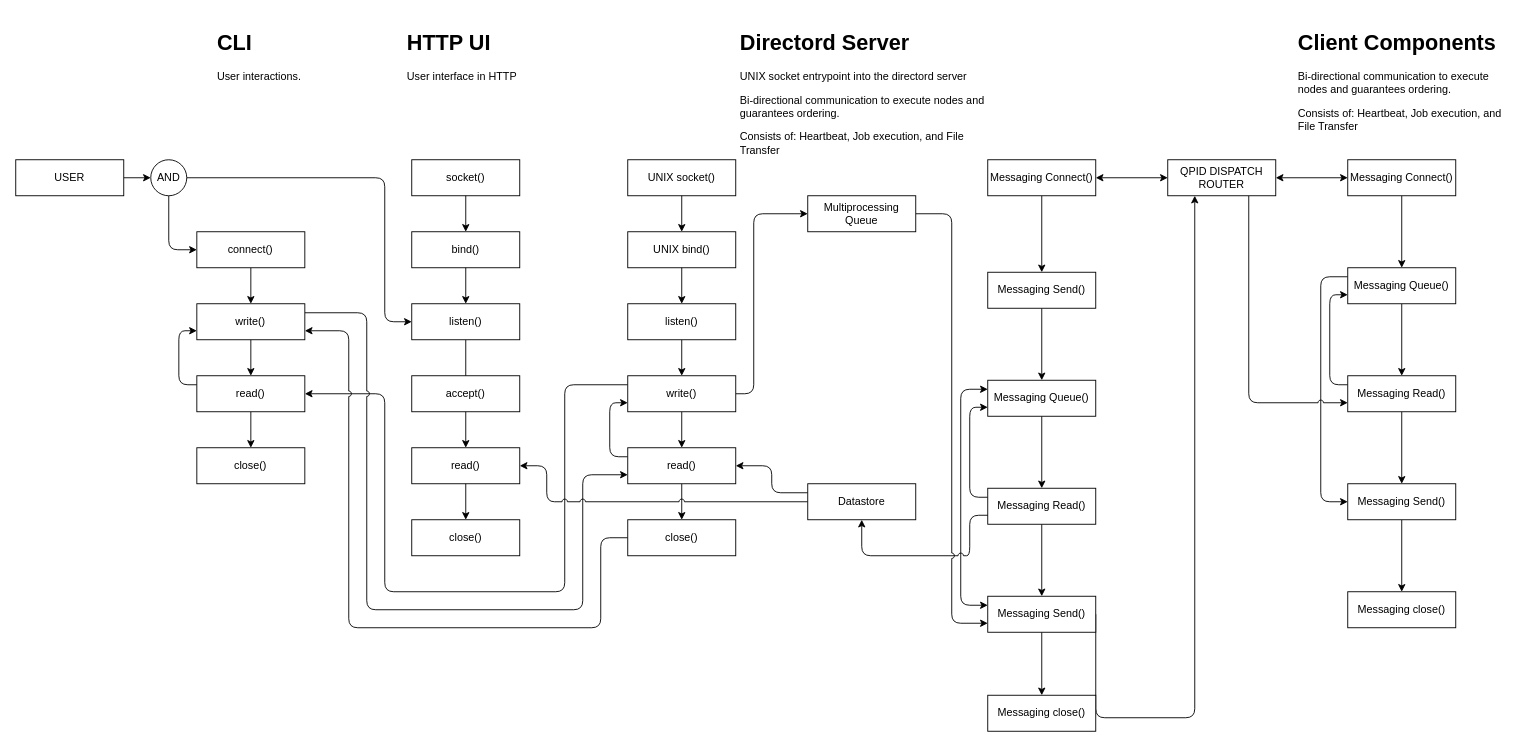
Above: assets/driver-messaging.drawio in oshied/directord (draw.io), before the change. Source tidied: cells renumbered, new cells numbered last; positions are measured from the earlier drawing's top-left corner, leaving out a move shared by most shapes. Both pictures are drawn from the tidied source at 90%, with x=0, y=0 at pixel (15, 24).
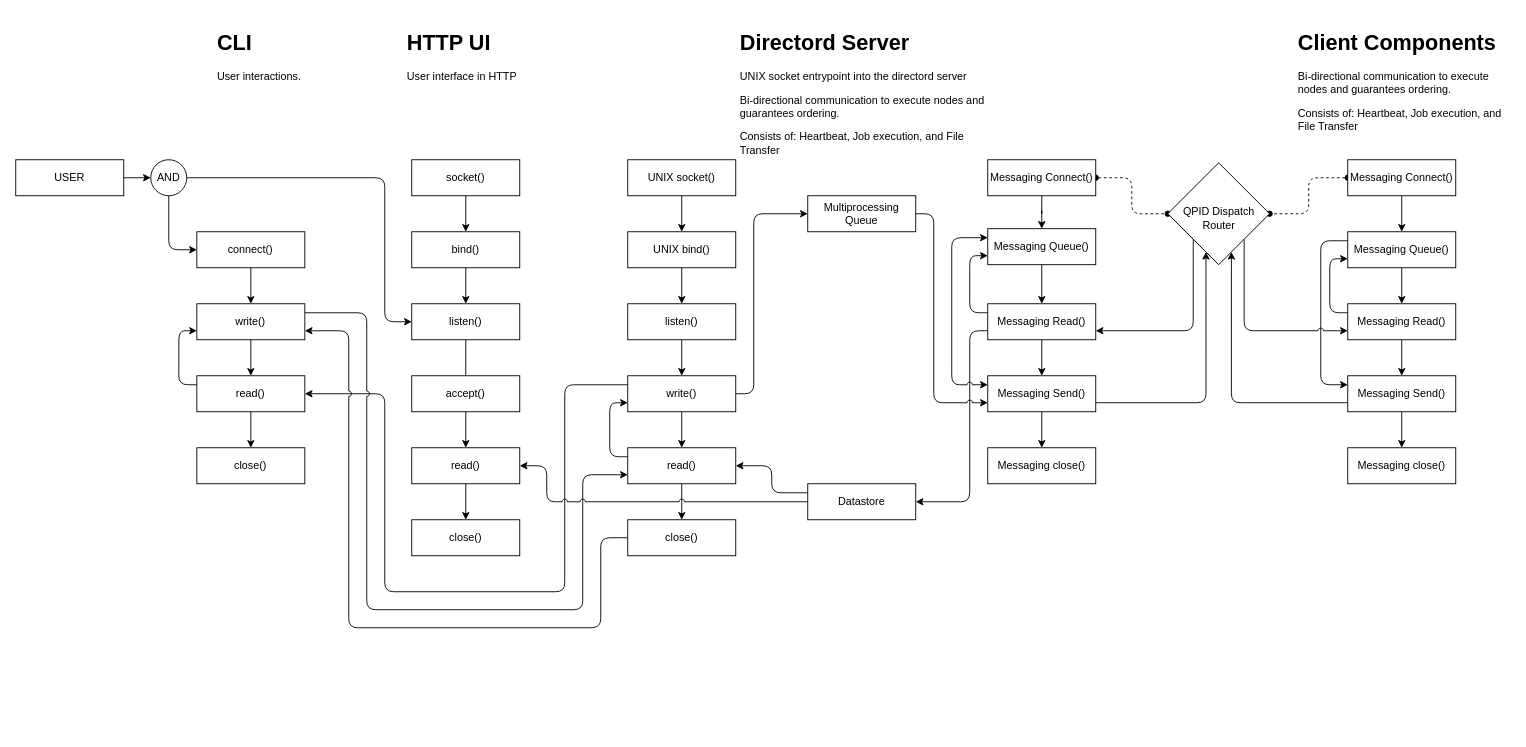
The same page after the edit.

Unchanged cells that the change refers to:
```xml
<mxCell id="44" value="Messaging Connect()" style="rounded=0;whiteSpace=wrap;html=1;fontStyle=0;" parent="1" vertex="1">
  <mxGeometry x="1480" y="150" width="120" height="40" as="geometry" />
</mxCell>
<mxCell id="64" value="Messaging Connect()" style="rounded=0;whiteSpace=wrap;html=1;fontStyle=0;" parent="1" vertex="1">
  <mxGeometry x="1080" y="150" width="120" height="40" as="geometry" />
</mxCell>
<mxCell id="68" value="Multiprocessing Queue" style="rounded=0;whiteSpace=wrap;html=1;fontStyle=0;" parent="1" vertex="1">
  <mxGeometry x="880" y="190" width="120" height="40" as="geometry" />
</mxCell>
<mxCell id="71" value="Datastore" style="rounded=0;whiteSpace=wrap;html=1;fontStyle=0;" parent="1" vertex="1">
  <mxGeometry x="880" y="510" width="120" height="40" as="geometry" />
</mxCell>
```

Diff of the diagram source:
```diff
@@
+    <mxCell id="27" style="edgeStyle=orthogonalEdgeStyle;rounded=1;jumpStyle=arc;jettySize=auto;html=1;exitX=0;exitY=0.75;exitDx=0;exitDy=0;entryX=1;entryY=0.5;entryDx=0;entryDy=0;startArrow=none;startFill=0;endArrow=classic;endFill=1;" parent="1" edge="1" source="25" target="71">
+      <mxGeometry relative="1" as="geometry">
+        <Array as="points">
+          <mxPoint x="1060" y="340" />
+          <mxPoint x="1060" y="530" />
+        </Array>
+      </mxGeometry>
+    </mxCell>
-    <mxCell id="2" style="edgeStyle=orthogonalEdgeStyle;jettySize=auto;html=1;exitX=1;exitY=0.5;exitDx=0;exitDy=0;startArrow=none;startFill=0;rounded=1;jumpStyle=arc;entryX=0.25;entryY=1;entryDx=0;entryDy=0;" parent="1" edge="1" source="28" target="100">
+    <mxCell id="2" style="edgeStyle=orthogonalEdgeStyle;jettySize=auto;html=1;startArrow=none;startFill=0;rounded=1;jumpStyle=arc;entryX=0.75;entryY=1;entryDx=0;entryDy=0;exitX=1;exitY=0.75;exitDx=0;exitDy=0;" parent="1" edge="1" source="28" target="104">
       <mxGeometry relative="1" as="geometry">
         <Array as="points">
-          <mxPoint x="1310" y="770" />
+          <mxPoint x="1322" y="420" />
         </Array>
       </mxGeometry>
     </mxCell>
@@
     <mxCell id="21" style="edgeStyle=orthogonalEdgeStyle;rounded=1;jettySize=auto;html=1;exitX=0;exitY=0.25;exitDx=0;exitDy=0;entryX=0;entryY=0.25;entryDx=0;entryDy=0;startArrow=classic;startFill=1;jumpStyle=arc;" parent="1" edge="1" source="22" target="28">
       <mxGeometry relative="1" as="geometry">
         <Array as="points">
-          <mxPoint x="1050" y="405" />
-          <mxPoint x="1050" y="645" />
+          <mxPoint x="1040" y="237" />
+          <mxPoint x="1040" y="400" />
         </Array>
       </mxGeometry>
     </mxCell>
     <mxCell id="22" value="Messaging Queue()" style="rounded=0;whiteSpace=wrap;html=1;fontStyle=0;" parent="1" vertex="1">
-      <mxGeometry x="1080" y="395" width="120" height="40" as="geometry" />
+      <mxGeometry x="1080" y="226.6" width="120" height="40" as="geometry" />
     </mxCell>
@@
+    <mxCell id="101" style="edgeStyle=orthogonalEdgeStyle;rounded=1;jumpStyle=arc;jettySize=auto;html=1;entryX=0.5;entryY=1;entryDx=0;entryDy=0;startArrow=classic;startFill=1;endArrow=none;endFill=0;exitX=1;exitY=0.75;exitDx=0;exitDy=0;" parent="1" edge="1" source="25" target="104">
+      <mxGeometry relative="1" as="geometry">
+        <Array as="points">
+          <mxPoint x="1308" y="340" />
+        </Array>
+      </mxGeometry>
+    </mxCell>
     <mxCell id="25" value="Messaging Read()" style="rounded=0;whiteSpace=wrap;html=1;fontStyle=0;" parent="1" vertex="1">
-      <mxGeometry x="1080" y="515" width="120" height="40" as="geometry" />
+      <mxGeometry x="1080" y="310" width="120" height="40" as="geometry" />
     </mxCell>
@@
-    <mxCell id="27" style="edgeStyle=orthogonalEdgeStyle;rounded=1;jumpStyle=arc;jettySize=auto;html=1;exitX=0;exitY=0.75;exitDx=0;exitDy=0;entryX=0.5;entryY=1;entryDx=0;entryDy=0;startArrow=none;startFill=0;endArrow=classic;endFill=1;" parent="1" edge="1" source="25" target="71">
-      <mxGeometry relative="1" as="geometry">
-        <Array as="points">
-          <mxPoint x="1060" y="545" />
-          <mxPoint x="1060" y="590" />
-          <mxPoint x="940" y="590" />
-        </Array>
-      </mxGeometry>
-    </mxCell>
     <mxCell id="28" value="Messaging Send()" style="rounded=0;whiteSpace=wrap;html=1;fontStyle=0;" parent="1" vertex="1">
-      <mxGeometry x="1080" y="635" width="120" height="40" as="geometry" />
+      <mxGeometry x="1080" y="390" width="120" height="40" as="geometry" />
     </mxCell>
     <mxCell id="29" value="Messaging close()" style="rounded=0;whiteSpace=wrap;html=1;fontStyle=0;" parent="1" vertex="1">
-      <mxGeometry x="1080" y="745" width="120" height="40" as="geometry" />
+      <mxGeometry x="1080" y="470" width="120" height="40" as="geometry" />
     </mxCell>
@@
-    <mxCell id="43" style="edgeStyle=orthogonalEdgeStyle;rounded=0;jettySize=auto;html=1;exitX=0;exitY=0.5;exitDx=0;exitDy=0;entryX=1;entryY=0.5;entryDx=0;entryDy=0;startArrow=classic;startFill=1;" parent="1" edge="1" source="44" target="100">
+    <mxCell id="43" style="edgeStyle=orthogonalEdgeStyle;jettySize=auto;html=1;exitX=0;exitY=0.5;exitDx=0;exitDy=0;entryX=1;entryY=0;entryDx=0;entryDy=0;startArrow=oval;startFill=1;dashed=1;endArrow=oval;endFill=1;jumpStyle=arc;rounded=1;" parent="1" edge="1" source="44" target="104">
       <mxGeometry relative="1" as="geometry" />
     </mxCell>
@@
-    <mxCell id="46" style="edgeStyle=orthogonalEdgeStyle;rounded=1;jettySize=auto;html=1;exitX=0;exitY=0.25;exitDx=0;exitDy=0;startArrow=none;startFill=0;endArrow=classic;endFill=1;entryX=0;entryY=0.5;entryDx=0;entryDy=0;jumpStyle=arc;" parent="1" edge="1" source="47" target="52">
+    <mxCell id="46" style="edgeStyle=orthogonalEdgeStyle;rounded=1;jettySize=auto;html=1;exitX=0;exitY=0.25;exitDx=0;exitDy=0;startArrow=none;startFill=0;endArrow=classic;endFill=1;entryX=0;entryY=0.25;entryDx=0;entryDy=0;jumpStyle=arc;" parent="1" edge="1" source="47" target="52">
       <mxGeometry relative="1" as="geometry">
         <Array as="points">
-          <mxPoint x="1450" y="280" />
-          <mxPoint x="1450" y="530" />
+          <mxPoint x="1450" y="240" />
+          <mxPoint x="1450" y="400" />
         </Array>
       </mxGeometry>
     </mxCell>
     <mxCell id="47" value="Messaging Queue()" style="rounded=0;whiteSpace=wrap;html=1;fontStyle=0;" parent="1" vertex="1">
-      <mxGeometry x="1480" y="270" width="120" height="40" as="geometry" />
+      <mxGeometry x="1480" y="230" width="120" height="40" as="geometry" />
     </mxCell>
@@
     <mxCell id="50" value="Messaging&amp;nbsp;Read()" style="rounded=0;whiteSpace=wrap;html=1;fontStyle=0;" parent="1" vertex="1">
-      <mxGeometry x="1480" y="390" width="120" height="40" as="geometry" />
+      <mxGeometry x="1480" y="310" width="120" height="40" as="geometry" />
     </mxCell>
@@
+    <mxCell id="102" style="edgeStyle=orthogonalEdgeStyle;rounded=1;jumpStyle=arc;jettySize=auto;html=1;exitX=0;exitY=0.75;exitDx=0;exitDy=0;entryX=1;entryY=0.75;entryDx=0;entryDy=0;startArrow=none;startFill=0;endArrow=classic;endFill=1;" parent="1" edge="1" source="52" target="104">
+      <mxGeometry relative="1" as="geometry" />
+    </mxCell>
     <mxCell id="52" value="Messaging&amp;nbsp;Send()" style="rounded=0;whiteSpace=wrap;html=1;fontStyle=0;" parent="1" vertex="1">
-      <mxGeometry x="1480" y="510" width="120" height="40" as="geometry" />
+      <mxGeometry x="1480" y="390" width="120" height="40" as="geometry" />
     </mxCell>
     <mxCell id="53" value="Messaging&amp;nbsp;close()" style="rounded=0;whiteSpace=wrap;html=1;fontStyle=0;" parent="1" vertex="1">
-      <mxGeometry x="1480" y="630" width="120" height="40" as="geometry" />
+      <mxGeometry x="1480" y="470" width="120" height="40" as="geometry" />
     </mxCell>
@@
-    <mxCell id="62" style="edgeStyle=orthogonalEdgeStyle;rounded=0;jettySize=auto;html=1;exitX=0.5;exitY=1;exitDx=0;exitDy=0;entryX=0.5;entryY=0;entryDx=0;entryDy=0;" parent="1" edge="1" source="64" target="66">
-      <mxGeometry relative="1" as="geometry" />
-    </mxCell>
-    <mxCell id="63" style="edgeStyle=orthogonalEdgeStyle;rounded=0;jettySize=auto;html=1;exitX=1;exitY=0.5;exitDx=0;exitDy=0;entryX=0;entryY=0.5;entryDx=0;entryDy=0;startArrow=classic;startFill=1;" parent="1" edge="1" source="64" target="100">
+    <mxCell id="63" style="edgeStyle=orthogonalEdgeStyle;rounded=1;jettySize=auto;html=1;exitX=1;exitY=0.5;exitDx=0;exitDy=0;startArrow=oval;startFill=1;entryX=0;entryY=1;entryDx=0;entryDy=0;dashed=1;endArrow=oval;endFill=1;" parent="1" edge="1" source="64" target="104">
       <mxGeometry relative="1" as="geometry" />
     </mxCell>
@@
-    <mxCell id="65" style="edgeStyle=orthogonalEdgeStyle;rounded=0;jettySize=auto;html=1;exitX=0.5;exitY=1;exitDx=0;exitDy=0;" parent="1" edge="1" source="66" target="22">
+    <mxCell id="65" style="edgeStyle=orthogonalEdgeStyle;rounded=0;jettySize=auto;html=1;exitX=0.5;exitY=1;exitDx=0;exitDy=0;" parent="1" edge="1" source="64" target="22">
       <mxGeometry relative="1" as="geometry" />
     </mxCell>
-    <mxCell id="66" value="Messaging Send()" style="rounded=0;whiteSpace=wrap;html=1;fontStyle=0;" parent="1" vertex="1">
-      <mxGeometry x="1080" y="275" width="120" height="40" as="geometry" />
-    </mxCell>
     <mxCell id="67" style="edgeStyle=orthogonalEdgeStyle;rounded=1;jumpStyle=arc;jettySize=auto;html=1;exitX=1;exitY=0.5;exitDx=0;exitDy=0;entryX=0;entryY=0.75;entryDx=0;entryDy=0;startArrow=none;startFill=0;endArrow=classic;endFill=1;" parent="1" edge="1" source="68" target="28">
       <mxGeometry relative="1" as="geometry">
         <Array as="points">
-          <mxPoint x="1040" y="210" />
-          <mxPoint x="1040" y="665" />
+          <mxPoint x="1020" y="210" />
+          <mxPoint x="1020" y="420" />
         </Array>
       </mxGeometry>
     </mxCell>
@@
-    <mxCell id="99" style="edgeStyle=orthogonalEdgeStyle;rounded=1;jettySize=auto;html=1;exitX=0.75;exitY=1;exitDx=0;exitDy=0;entryX=0;entryY=0.75;entryDx=0;entryDy=0;startArrow=none;startFill=0;endArrow=classic;endFill=1;jumpStyle=arc;" parent="1" edge="1" source="100" target="50">
-      <mxGeometry relative="1" as="geometry" />
+    <mxCell id="99" style="edgeStyle=orthogonalEdgeStyle;rounded=1;jettySize=auto;html=1;exitX=1;exitY=0.5;exitDx=0;exitDy=0;entryX=0;entryY=0.75;entryDx=0;entryDy=0;startArrow=none;startFill=0;endArrow=classic;endFill=1;jumpStyle=arc;" parent="1" edge="1" source="104" target="50">
+      <mxGeometry relative="1" as="geometry">
+        <Array as="points">
+          <mxPoint x="1365" y="340" />
+        </Array>
+      </mxGeometry>
     </mxCell>
-    <mxCell id="100" value="QPID DISPATCH ROUTER" style="rounded=0;whiteSpace=wrap;html=1;fontStyle=0;" parent="1" vertex="1">
-      <mxGeometry x="1280" y="150" width="120" height="40" as="geometry" />
-    </mxCell>
+    <mxCell id="103" style="group;" parent="1" vertex="1">
+      <mxGeometry x="1280" y="153.4" width="113.1" height="113.1" as="geometry" />
+    </mxCell>
+    <mxCell id="104" style="whiteSpace=wrap;html=1;rotation=45;" parent="103" vertex="1">
+      <mxGeometry x="16.6" y="16.6" width="80" height="80" as="geometry" />
+    </mxCell>
+    <mxCell id="105" value="QPID Dispatch Router" style="text;html=1;strokeColor=none;fillColor=none;align=center;verticalAlign=middle;whiteSpace=wrap;rounded=0;" parent="103" vertex="1">
+      <mxGeometry x="11.6" y="46.6" width="90" height="30" as="geometry" />
+    </mxCell>
```
